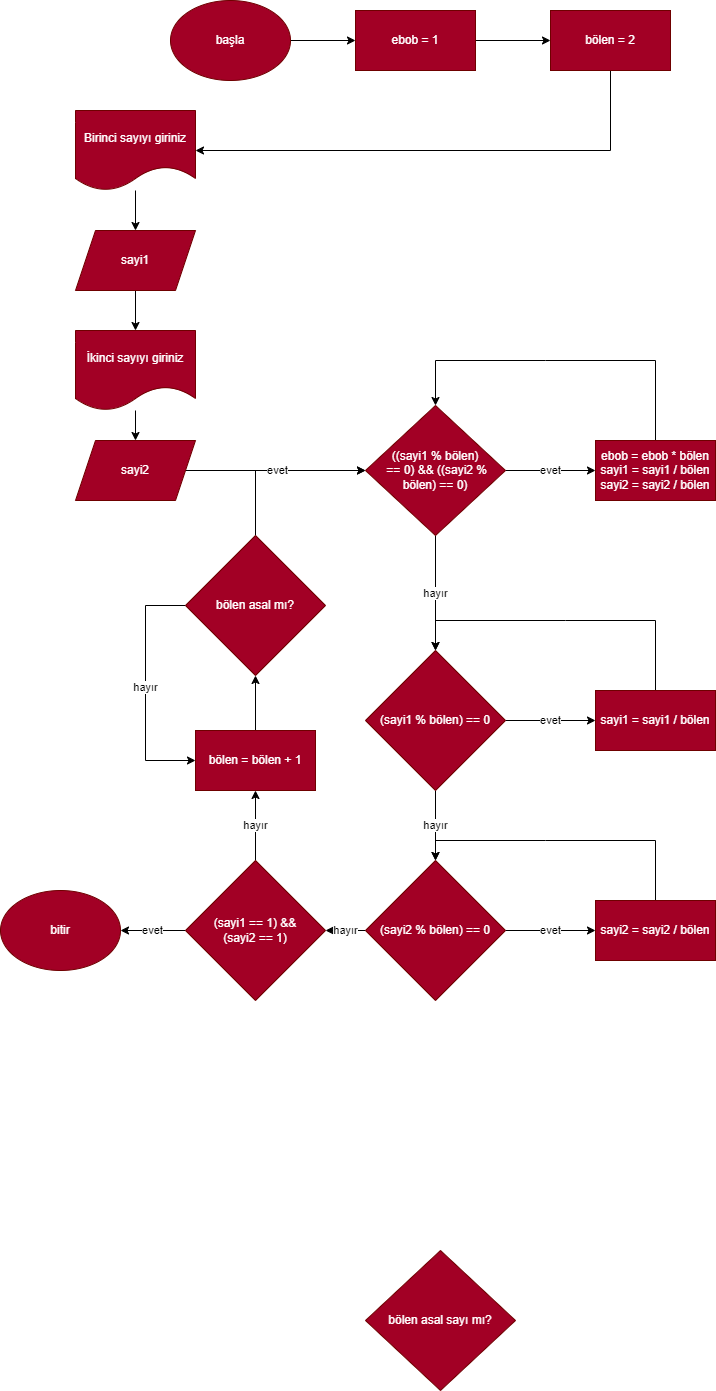
This is GreatestCommonDivisor/GreatestCommonDivisor.drawio.png from ramazanaltintop/algorithm-flow-charts, a draw.io export, as it was before one commit. Source tidied: cells renumbered, new cells last; positions are measured from the earlier drawing's top-left corner, leaving out a move shared by most shapes.
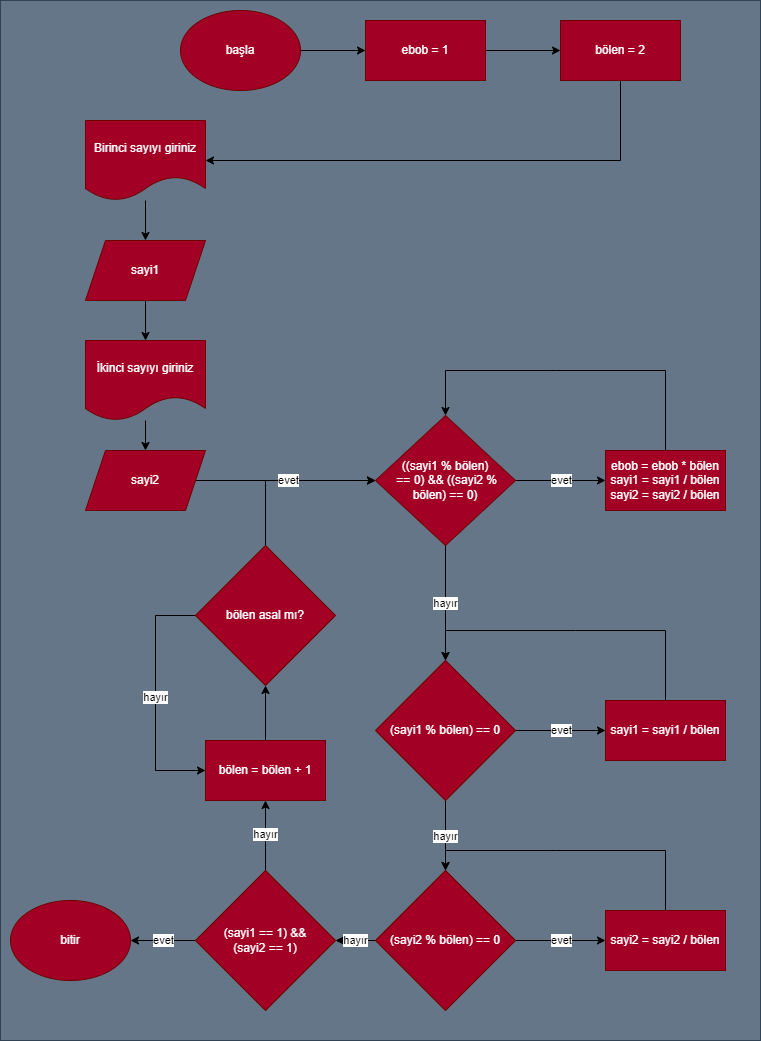
The same file after the commit.

What changed in the source:
```diff
@@ -2,6 +2,9 @@
   <root>
     <mxCell id="0" />
     <mxCell id="1" parent="0" />
+    <mxCell id="41" style="rounded=0;whiteSpace=wrap;html=1;fillColor=#647687;fontColor=#ffffff;strokeColor=#314354;" parent="1" vertex="1">
+      <mxGeometry x="-10" y="-10" width="760" height="1040" as="geometry" />
+    </mxCell>
     <mxCell id="2" style="edgeStyle=none;html=1;entryX=0;entryY=0.5;entryDx=0;entryDy=0;" parent="1" edge="1" source="3" target="18">
       <mxGeometry relative="1" as="geometry" />
     </mxCell>
@@ -111,9 +114,6 @@
     <mxCell id="30" value="(sayi2 % bölen) == 0" style="rhombus;whiteSpace=wrap;html=1;fillColor=#a20025;fontColor=#ffffff;strokeColor=#6F0000;" parent="1" vertex="1">
       <mxGeometry x="365" y="860" width="140" height="140" as="geometry" />
     </mxCell>
-    <mxCell id="31" value="bölen asal sayı mı?" style="rhombus;whiteSpace=wrap;html=1;fillColor=#a20025;fontColor=#ffffff;strokeColor=#6F0000;" parent="1" vertex="1">
-      <mxGeometry x="365" y="1250" width="150" height="140" as="geometry" />
-    </mxCell>
     <mxCell id="32" style="edgeStyle=none;rounded=0;html=1;" parent="1" edge="1" source="33" target="36">
       <mxGeometry relative="1" as="geometry" />
     </mxCell>
```
